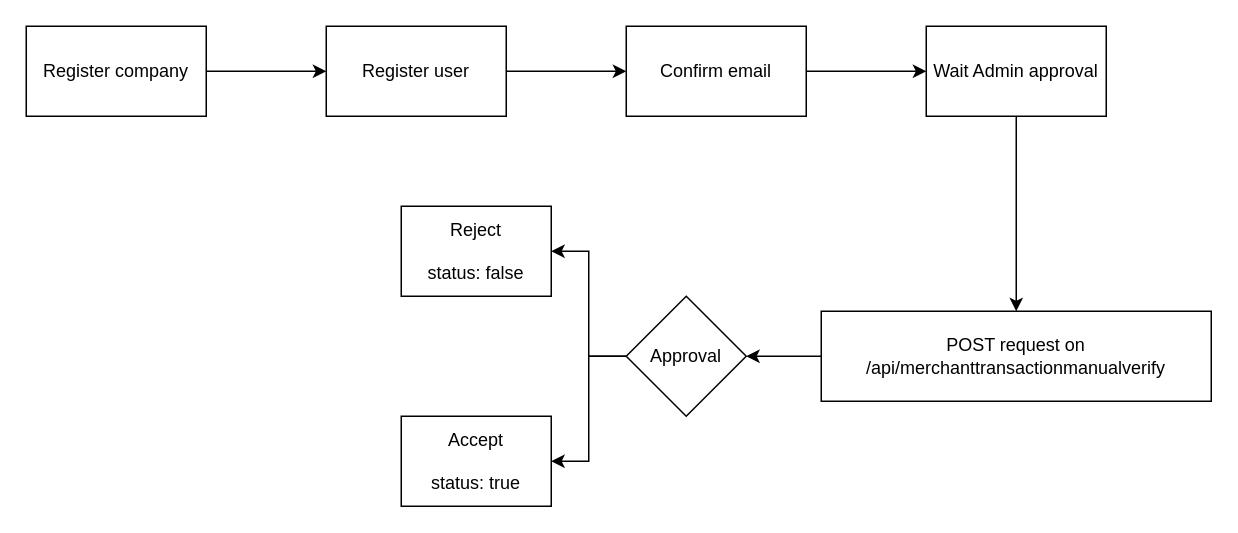
AlexanderPershin/Diagrams keeps this draw.io diagram as Flybyguys_merchant_registration.drawio. Above is the earlier version. Source tidied: cells renumbered, new cells numbered last; positions are measured from the earlier drawing's top-left corner, leaving out a move shared by most shapes. Both pictures are drawn from the tidied source at 150%, with x=0, y=0 at pixel (26, 26).
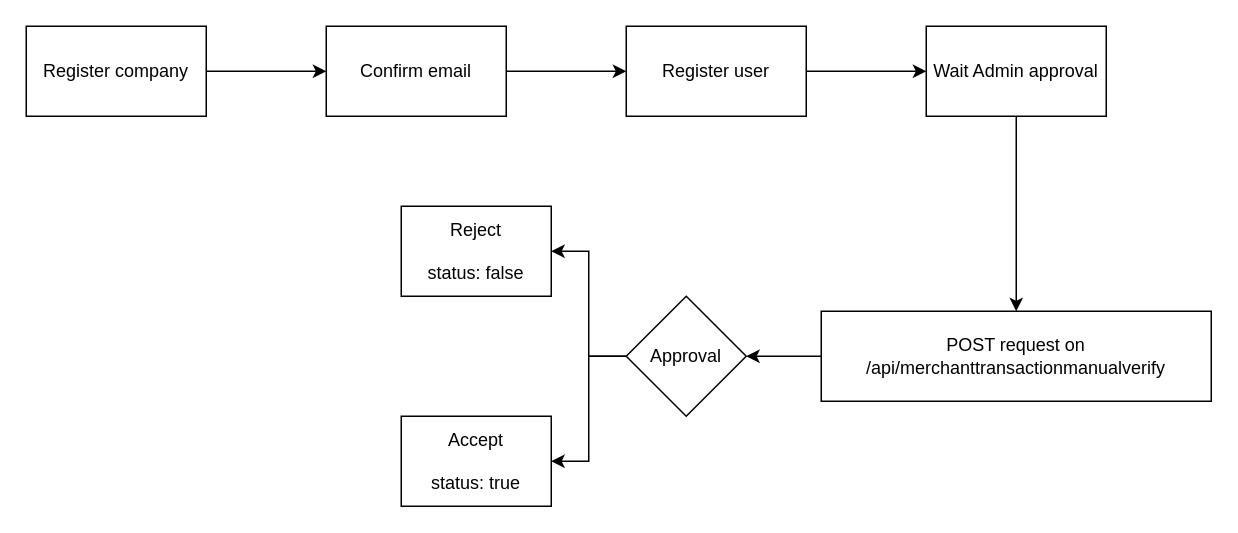
Above is the later version.

What changed in the source:
```diff
@@
 <mxGraphModel>
   <root>
     <mxCell id="0" />
     <mxCell id="1" parent="0" />
     <mxCell id="2" style="edgeStyle=orthogonalEdgeStyle;rounded=0;jettySize=auto;html=1;" parent="1" edge="1" source="3" target="5">
       <mxGeometry relative="1" as="geometry" />
     </mxCell>
     <mxCell id="3" value="Register company" style="rounded=0;whiteSpace=wrap;html=1;" parent="1" vertex="1">
       <mxGeometry width="120" height="60" as="geometry" />
     </mxCell>
     <mxCell id="4" style="edgeStyle=orthogonalEdgeStyle;rounded=0;jettySize=auto;html=1;" parent="1" edge="1" source="5" target="7">
       <mxGeometry relative="1" as="geometry" />
     </mxCell>
-    <mxCell id="5" value="Register user" style="whiteSpace=wrap;html=1;rounded=0;" parent="1" vertex="1">
+    <mxCell id="5" value="Confirm email" style="whiteSpace=wrap;html=1;rounded=0;" parent="1" vertex="1">
       <mxGeometry x="200" width="120" height="60" as="geometry" />
     </mxCell>
     <mxCell id="6" style="edgeStyle=orthogonalEdgeStyle;rounded=0;jettySize=auto;html=1;" parent="1" edge="1" source="7" target="9">
       <mxGeometry relative="1" as="geometry" />
     </mxCell>
-    <mxCell id="7" value="Confirm email " style="whiteSpace=wrap;html=1;rounded=0;" parent="1" vertex="1">
+    <mxCell id="7" value="Register user" style="whiteSpace=wrap;html=1;rounded=0;" parent="1" vertex="1">
       <mxGeometry x="400" width="120" height="60" as="geometry" />
     </mxCell>
     <mxCell id="8" style="edgeStyle=orthogonalEdgeStyle;rounded=0;jettySize=auto;html=1;" parent="1" edge="1" source="9" target="11">
       <mxGeometry relative="1" as="geometry" />
     </mxCell>
     <mxCell id="9" value="Wait Admin approval" style="whiteSpace=wrap;html=1;rounded=0;" parent="1" vertex="1">
       <mxGeometry x="600" width="120" height="60" as="geometry" />
     </mxCell>
     <mxCell id="10" style="edgeStyle=orthogonalEdgeStyle;rounded=0;jettySize=auto;html=1;exitX=0;exitY=0.5;exitDx=0;exitDy=0;entryX=1;entryY=0.5;entryDx=0;entryDy=0;" parent="1" edge="1" source="11" target="14">
       <mxGeometry relative="1" as="geometry" />
     </mxCell>
     <mxCell id="11" value="POST request on&lt;br&gt;/api/merchanttransactionmanualverify" style="whiteSpace=wrap;html=1;rounded=0;" parent="1" vertex="1">
       <mxGeometry x="530" y="190" width="260" height="60" as="geometry" />
     </mxCell>
     <mxCell id="12" style="edgeStyle=orthogonalEdgeStyle;rounded=0;jettySize=auto;html=1;entryX=1;entryY=0.5;entryDx=0;entryDy=0;" parent="1" edge="1" source="14" target="15">
       <mxGeometry relative="1" as="geometry" />
     </mxCell>
     <mxCell id="13" style="edgeStyle=orthogonalEdgeStyle;rounded=0;jettySize=auto;html=1;exitX=0;exitY=0.5;exitDx=0;exitDy=0;entryX=1;entryY=0.5;entryDx=0;entryDy=0;" parent="1" edge="1" source="14" target="16">
       <mxGeometry relative="1" as="geometry" />
     </mxCell>
     <mxCell id="14" value="Approval" style="rhombus;whiteSpace=wrap;html=1;" parent="1" vertex="1">
       <mxGeometry x="400" y="180" width="80" height="80" as="geometry" />
     </mxCell>
     <mxCell id="15" value="Accept&lt;br&gt;&lt;br&gt;status: true" style="rounded=0;whiteSpace=wrap;html=1;" parent="1" vertex="1">
       <mxGeometry x="250" y="260" width="100" height="60" as="geometry" />
     </mxCell>
     <mxCell id="16" value="Reject&lt;br&gt;&lt;br&gt;status: false" style="rounded=0;whiteSpace=wrap;html=1;" parent="1" vertex="1">
       <mxGeometry x="250" y="120" width="100" height="60" as="geometry" />
     </mxCell>
   </root>
 </mxGraphModel>
```
